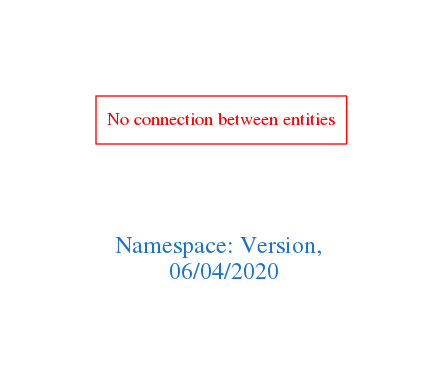
Earlier version of the Graphviz export downloads/Version.png (arago/OGIT). Its source is kept beside it as downloads/Version.dot.
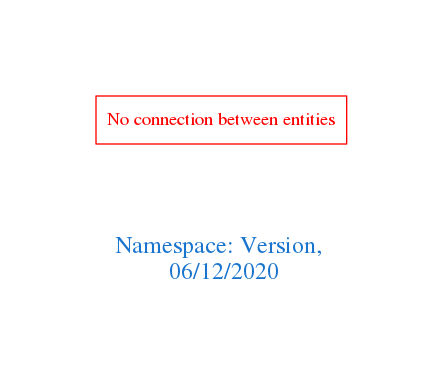
The same file after the commit.

Change to the diagram source:
```diff
@@ -1,7 +1,7 @@
 digraph OGIT_ontology {
  graph [ rankdir= LR,pad=1
 fontsize = 18,
-fontcolor= dodgerblue3,label = "\n\n\nNamespace: Version, \n 06/04/2020"];
+fontcolor= dodgerblue3,label = "\n\n\nNamespace: Version, \n 06/12/2020"];
 node[shape=polygon];
 edge [  color="gray81"];
 
```
